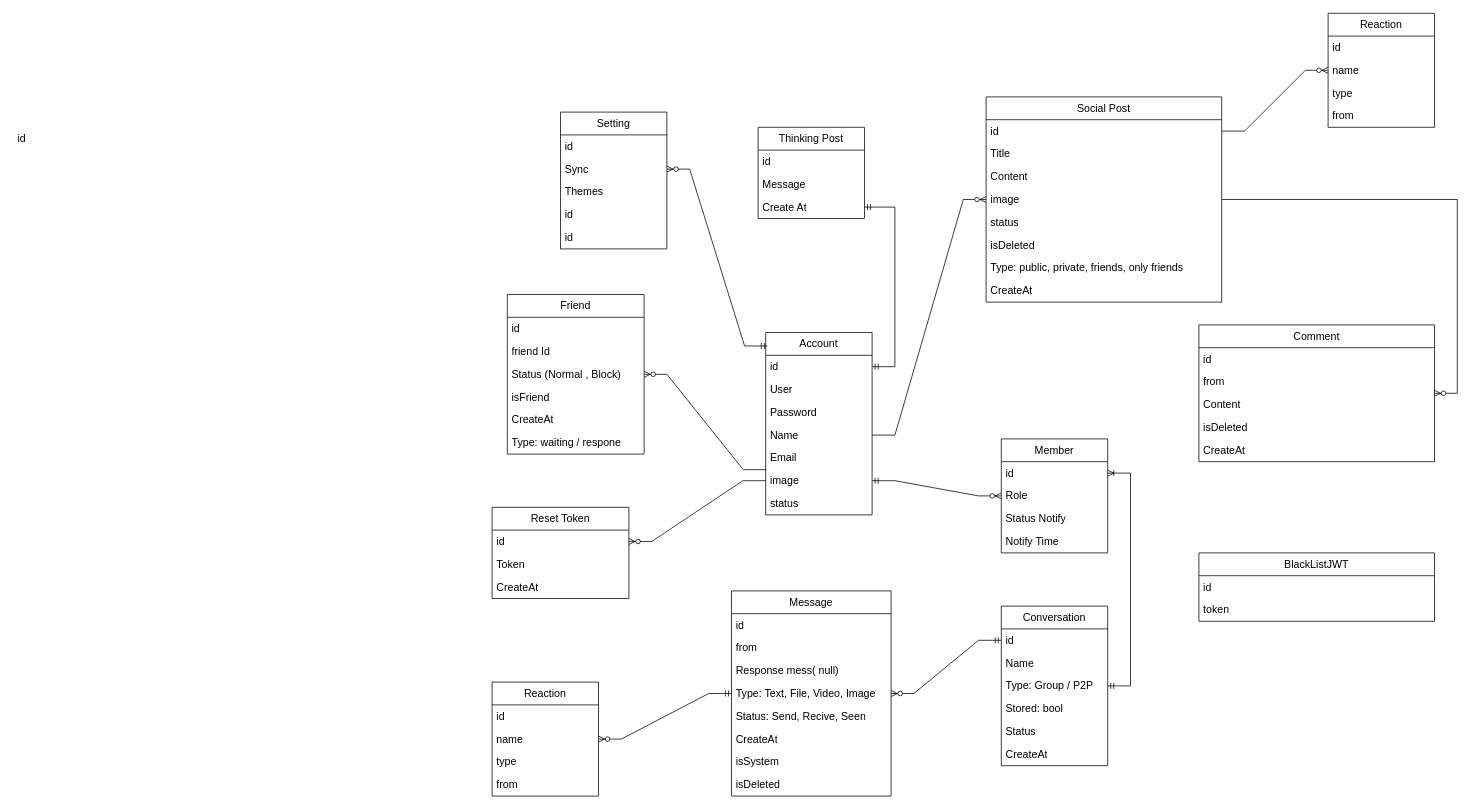
Before: page "Database" (1 of 2) of Description/Design.drawio in KTPx4/SpringBoot_ChatWeb, a draw.io diagram. Source tidied: cells renumbered, new cells numbered last; positions are measured from the earlier drawing's top-left corner, leaving out a move shared by most shapes. Both pictures are drawn from the tidied source at 76%, with x=0, y=0 at pixel (13, 13).
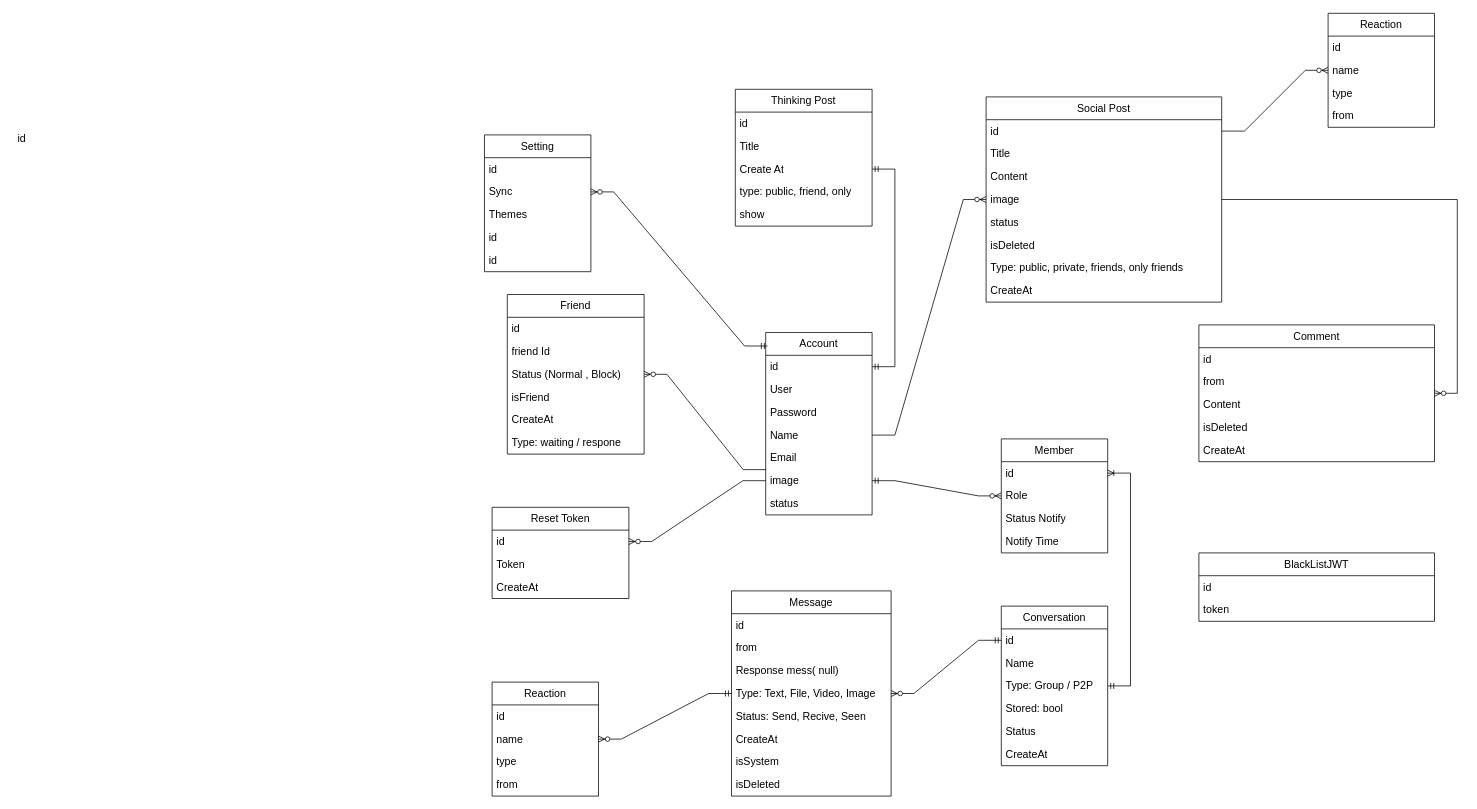
The same diagram, later.

Diff of the diagram source:
```diff
@@
     <mxCell id="36" value="Setting" style="swimlane;fontStyle=0;horizontal=1;startSize=30;whiteSpace=wrap;html=1;fontSize=14;" parent="1" vertex="1">
-      <mxGeometry x="720" y="130" width="140" height="180" as="geometry" />
+      <mxGeometry x="620" y="160" width="140" height="180" as="geometry" />
     </mxCell>
@@
     <mxCell id="50" value="Thinking Post" style="swimlane;fontStyle=0;horizontal=1;startSize=30;whiteSpace=wrap;html=1;fontSize=14;" parent="1" vertex="1">
-      <mxGeometry x="980" y="150" width="140" height="120" as="geometry" />
+      <mxGeometry x="950" y="100" width="180" height="180" as="geometry" />
     </mxCell>
     <mxCell id="51" value="id" style="text;strokeColor=none;fillColor=none;align=left;verticalAlign=middle;spacingLeft=4;spacingRight=4;overflow=hidden;whiteSpace=wrap;html=1;fontSize=14;" parent="50" vertex="1">
-      <mxGeometry y="30" width="140" height="30" as="geometry" />
+      <mxGeometry y="30" width="180" height="30" as="geometry" />
     </mxCell>
-    <mxCell id="52" value="Message" style="text;strokeColor=none;fillColor=none;align=left;verticalAlign=middle;spacingLeft=4;spacingRight=4;overflow=hidden;whiteSpace=wrap;html=1;fontSize=14;" parent="50" vertex="1">
-      <mxGeometry y="60" width="140" height="30" as="geometry" />
+    <mxCell id="52" value="Title" style="text;strokeColor=none;fillColor=none;align=left;verticalAlign=middle;spacingLeft=4;spacingRight=4;overflow=hidden;whiteSpace=wrap;html=1;fontSize=14;" parent="50" vertex="1">
+      <mxGeometry y="60" width="180" height="30" as="geometry" />
     </mxCell>
     <mxCell id="53" value="Create At" style="text;strokeColor=none;fillColor=none;align=left;verticalAlign=middle;spacingLeft=4;spacingRight=4;overflow=hidden;points=[[0,0.5],[1,0.5]];portConstraint=eastwest;whiteSpace=wrap;html=1;fontSize=14;" parent="50" vertex="1">
-      <mxGeometry y="90" width="140" height="30" as="geometry" />
+      <mxGeometry y="90" width="180" height="30" as="geometry" />
     </mxCell>
+    <mxCell id="92" value="type: public, friend, only" style="text;strokeColor=none;fillColor=none;align=left;verticalAlign=middle;spacingLeft=4;spacingRight=4;overflow=hidden;whiteSpace=wrap;html=1;fontSize=14;" parent="50" vertex="1">
+      <mxGeometry y="120" width="180" height="30" as="geometry" />
+    </mxCell>
+    <mxCell id="93" value="show" style="text;strokeColor=none;fillColor=none;align=left;verticalAlign=middle;spacingLeft=4;spacingRight=4;overflow=hidden;whiteSpace=wrap;html=1;fontSize=14;" parent="50" vertex="1">
+      <mxGeometry y="150" width="180" height="30" as="geometry" />
+    </mxCell>
```
